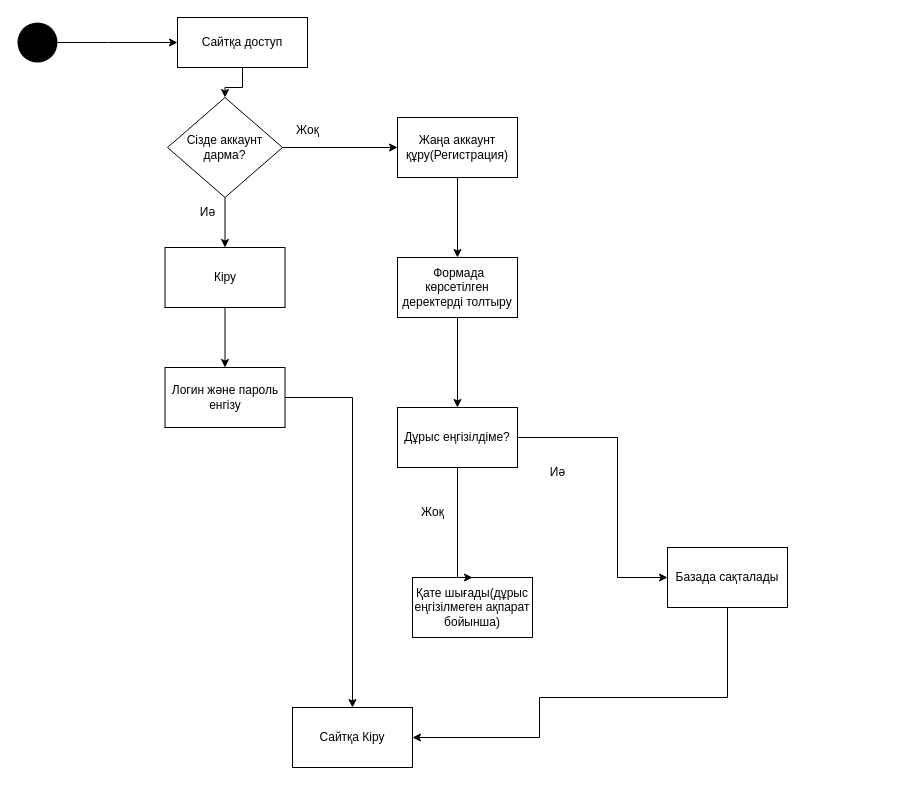
This is Диаграмма без названия.drawio from NurailymZh/Clinic, a draw.io file, before an edit. Source tidied: cells renumbered, new cells numbered last; positions are measured from the earlier drawing's top-left corner, leaving out a move shared by most shapes. Both pictures are drawn from the tidied source at 100%, with x=0, y=0 at pixel (17, 17).
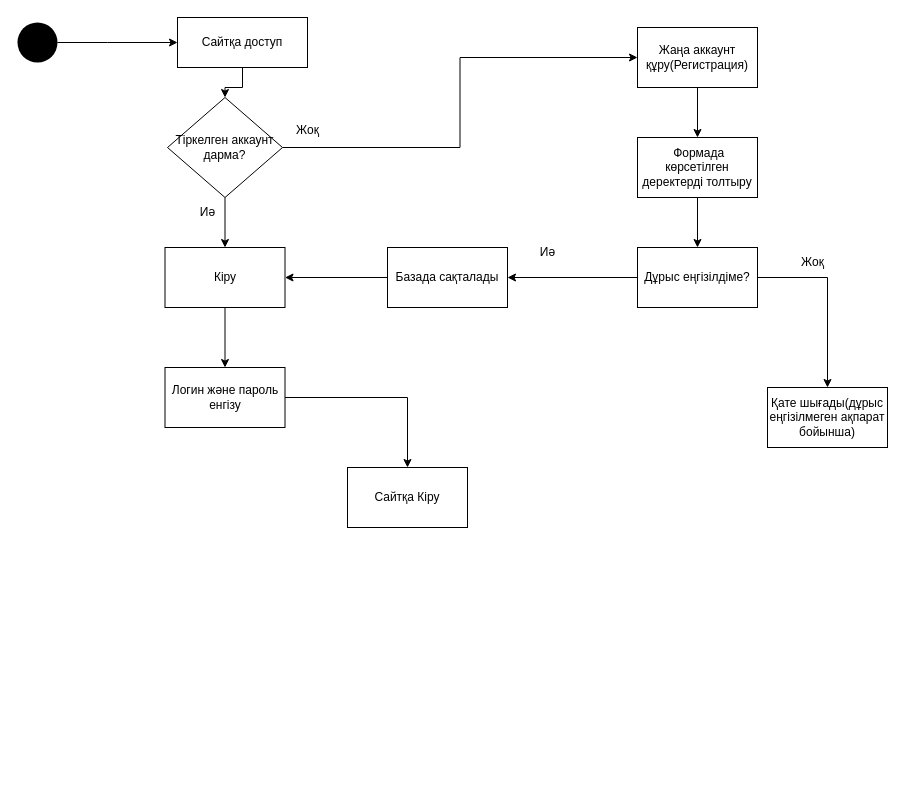
The same diagram, later.

Unchanged cells that the change refers to:
```xml
<mxCell id="13" value="Кіру" style="whiteSpace=wrap;html=1;" parent="1" vertex="1">
  <mxGeometry x="147.5" y="230" width="120" height="60" as="geometry" />
</mxCell>
```

The edit, as a diff of the source:
```diff
@@
+    <mxCell id="7" style="edgeStyle=orthogonalEdgeStyle;rounded=0;jettySize=auto;html=1;" parent="1" edge="1" source="8" target="13">
+      <mxGeometry relative="1" as="geometry" />
+    </mxCell>
-    <mxCell id="6" style="edgeStyle=orthogonalEdgeStyle;rounded=0;jettySize=auto;html=1;" parent="1" edge="1" source="8" target="10">
+    <mxCell id="6" style="edgeStyle=orthogonalEdgeStyle;rounded=0;jettySize=auto;html=1;entryX=0;entryY=0.5;entryDx=0;entryDy=0;" parent="1" edge="1" source="8" target="10">
       <mxGeometry relative="1" as="geometry" />
     </mxCell>
-    <mxCell id="7" style="edgeStyle=orthogonalEdgeStyle;rounded=0;jettySize=auto;html=1;" parent="1" edge="1" source="8" target="13">
-      <mxGeometry relative="1" as="geometry" />
-    </mxCell>
-    <mxCell id="8" value="Сізде аккаунт дарма?" style="rhombus;whiteSpace=wrap;html=1;" parent="1" vertex="1">
+    <mxCell id="8" value="Тіркелген аккаунт дарма?" style="rhombus;whiteSpace=wrap;html=1;" parent="1" vertex="1">
       <mxGeometry x="150" y="80" width="115" height="100" as="geometry" />
     </mxCell>
@@
     <mxCell id="10" value="Жаңа аккаунт құру(Регистрация)" style="whiteSpace=wrap;html=1;" parent="1" vertex="1">
-      <mxGeometry x="380" y="100" width="120" height="60" as="geometry" />
+      <mxGeometry x="620" y="10" width="120" height="60" as="geometry" />
     </mxCell>
@@
-    <mxCell id="17" style="edgeStyle=orthogonalEdgeStyle;rounded=0;jettySize=auto;html=1;exitX=1;exitY=0.5;exitDx=0;exitDy=0;" parent="1" edge="1" source="26" target="23">
-      <mxGeometry relative="1" as="geometry">
-        <Array as="points">
-          <mxPoint x="600" y="420" />
-          <mxPoint x="600" y="560" />
-        </Array>
-      </mxGeometry>
-    </mxCell>
@@
     <mxCell id="19" value="&amp;nbsp;Формада көрсетілген деректерді толтыру" style="whiteSpace=wrap;html=1;" parent="1" vertex="1">
-      <mxGeometry x="380" y="240" width="120" height="60" as="geometry" />
+      <mxGeometry x="620" y="120" width="120" height="60" as="geometry" />
     </mxCell>
     <mxCell id="20" value="Қате шығады(дұрыс еңгізілмеген ақпарат бойынша)" style="whiteSpace=wrap;html=1;" parent="1" vertex="1">
-      <mxGeometry x="395" y="560" width="120" height="60" as="geometry" />
+      <mxGeometry x="750" y="370" width="120" height="60" as="geometry" />
     </mxCell>
     <mxCell id="21" value="Жоқ" style="text;html=1;align=center;verticalAlign=middle;strokeColor=none;fillColor=none;" parent="1" vertex="1">
-      <mxGeometry x="390" y="480" width="50" height="30" as="geometry" />
+      <mxGeometry x="770" y="230" width="50" height="30" as="geometry" />
     </mxCell>
-    <mxCell id="22" style="edgeStyle=orthogonalEdgeStyle;rounded=0;jettySize=auto;html=1;entryX=1;entryY=0.5;entryDx=0;entryDy=0;" parent="1" edge="1" source="23" target="27">
-      <mxGeometry relative="1" as="geometry">
-        <Array as="points">
-          <mxPoint x="710" y="680" />
-          <mxPoint x="522" y="680" />
-          <mxPoint x="522" y="720" />
-        </Array>
-      </mxGeometry>
-    </mxCell>
+    <mxCell id="28" style="edgeStyle=orthogonalEdgeStyle;rounded=0;jettySize=auto;html=1;exitX=0;exitY=0.5;exitDx=0;exitDy=0;" parent="1" edge="1" source="23" target="13">
+      <mxGeometry relative="1" as="geometry" />
+    </mxCell>
     <mxCell id="23" value="Базада сақталады" style="whiteSpace=wrap;html=1;" parent="1" vertex="1">
-      <mxGeometry x="650" y="530" width="120" height="60" as="geometry" />
+      <mxGeometry x="370" y="230" width="120" height="60" as="geometry" />
     </mxCell>
     <mxCell id="24" value="Иә" style="text;html=1;align=center;verticalAlign=middle;strokeColor=none;fillColor=none;" parent="1" vertex="1">
-      <mxGeometry x="520" y="440" width="40" height="30" as="geometry" />
+      <mxGeometry x="510" y="220" width="40" height="30" as="geometry" />
     </mxCell>
+    <mxCell id="17" style="edgeStyle=orthogonalEdgeStyle;rounded=0;jettySize=auto;html=1;" parent="1" edge="1" source="26" target="23">
+      <mxGeometry relative="1" as="geometry" />
+    </mxCell>
     <mxCell id="25" style="edgeStyle=orthogonalEdgeStyle;rounded=0;jettySize=auto;html=1;entryX=0.5;entryY=0;entryDx=0;entryDy=0;" parent="1" edge="1" source="26" target="20">
-      <mxGeometry relative="1" as="geometry">
-        <Array as="points">
-          <mxPoint x="440" y="560" />
-        </Array>
-      </mxGeometry>
+      <mxGeometry relative="1" as="geometry" />
     </mxCell>
     <mxCell id="26" value="Дұрыс еңгізілдіме?" style="rounded=0;whiteSpace=wrap;html=1;" parent="1" vertex="1">
-      <mxGeometry x="380" y="390" width="120" height="60" as="geometry" />
+      <mxGeometry x="620" y="230" width="120" height="60" as="geometry" />
     </mxCell>
     <mxCell id="27" value="Сайтқа Кіру" style="whiteSpace=wrap;html=1;" parent="1" vertex="1">
-      <mxGeometry x="275" y="690" width="120" height="60" as="geometry" />
+      <mxGeometry x="330" y="450" width="120" height="60" as="geometry" />
     </mxCell>
```
